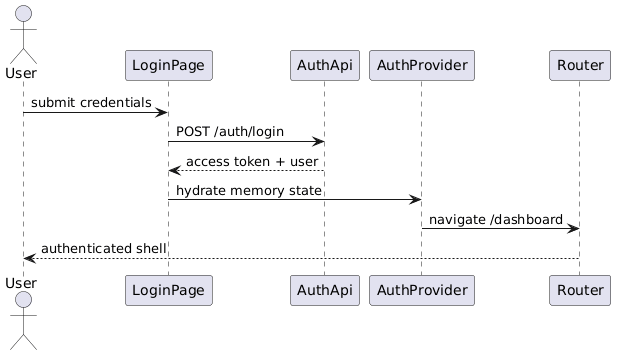
Before: docs/detailed-designs/diagrams/rendered/fe_seq_login.png, a diagram exported from PlantUML (QuinntyneBrown/LendQ).
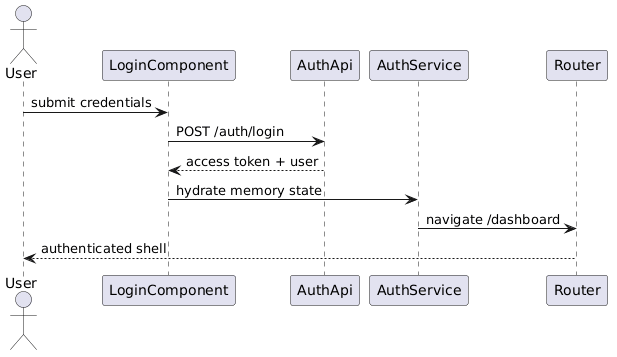
Later version of the same file.

Diff of the diagram source:
```diff
@@ -1,14 +1,14 @@
 @startuml
 actor User
-participant LoginPage
+participant LoginComponent
 participant AuthApi
-participant AuthProvider
+participant AuthService
 participant Router
 
-User -> LoginPage : submit credentials
-LoginPage -> AuthApi : POST /auth/login
-AuthApi --> LoginPage : access token + user
-LoginPage -> AuthProvider : hydrate memory state
-AuthProvider -> Router : navigate /dashboard
+User -> LoginComponent : submit credentials
+LoginComponent -> AuthApi : POST /auth/login
+AuthApi --> LoginComponent : access token + user
+LoginComponent -> AuthService : hydrate memory state
+AuthService -> Router : navigate /dashboard
 Router --> User : authenticated shell
 @enduml
```
